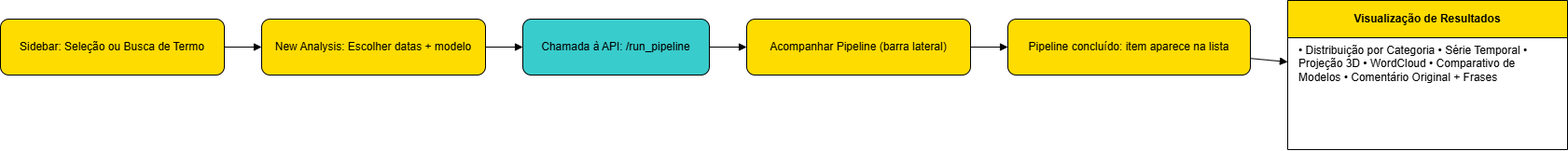
This is documents/diagrama_frontend.png from victorhtsdev/tech3_fiap_ml_social_pipeline, a draw.io export, as it was before one commit. Source tidied: cells renumbered, new cells last; positions are measured from the earlier drawing's top-left corner, leaving out a move shared by most shapes. The source it was exported from:
```xml
<mxGraphModel>
  <root>
    <mxCell id="0" />
    <mxCell id="1" parent="0" />
    <mxCell id="2" value="Sidebar: Seleção ou Busca de Termo" style="rounded=1;fillColor=#FFDC00;whiteSpace=wrap;html=1;" parent="1" vertex="1">
      <mxGeometry y="20" width="240" height="60" as="geometry" />
    </mxCell>
    <mxCell id="3" value="New Analysis: Escolher datas + modelo" style="rounded=1;fillColor=#FFDC00;whiteSpace=wrap;html=1;" parent="1" vertex="1">
      <mxGeometry x="280" y="20" width="240" height="60" as="geometry" />
    </mxCell>
    <mxCell id="4" value="Chamada à API: /run_pipeline" style="rounded=1;fillColor=#39CCCC;whiteSpace=wrap;html=1;" parent="1" vertex="1">
      <mxGeometry x="560" y="20" width="200" height="60" as="geometry" />
    </mxCell>
    <mxCell id="5" value="Acompanhar Pipeline (barra lateral)" style="rounded=1;fillColor=#FFDC00;whiteSpace=wrap;html=1;" parent="1" vertex="1">
      <mxGeometry x="800" y="20" width="240" height="60" as="geometry" />
    </mxCell>
    <mxCell id="6" value="Pipeline concluído: item aparece na lista" style="rounded=1;fillColor=#FFDC00;whiteSpace=wrap;html=1;" parent="1" vertex="1">
      <mxGeometry x="1080" y="20" width="260" height="60" as="geometry" />
    </mxCell>
    <mxCell id="7" value="Visualização de Resultados" style="shape=swimlane;fillColor=#FFDC00;fontStyle=1;whiteSpace=wrap;html=1;" parent="1" vertex="1">
      <mxGeometry x="1380" width="300" height="160" as="geometry" />
    </mxCell>
    <mxCell id="8" value="• Distribuição por Categoria • Série Temporal • Projeção 3D • WordCloud • Comparativo de Modelos • Comentário Original + Frases" style="text;html=1;whiteSpace=wrap;" parent="7" vertex="1">
      <mxGeometry x="10" y="40" width="280" height="100" as="geometry" />
    </mxCell>
    <mxCell id="9" style="endArrow=block;html=1;" parent="1" edge="1" source="2" target="3">
      <mxGeometry relative="1" as="geometry" />
    </mxCell>
    <mxCell id="10" style="endArrow=block;html=1;" parent="1" edge="1" source="3" target="4">
      <mxGeometry relative="1" as="geometry" />
    </mxCell>
    <mxCell id="11" style="endArrow=block;html=1;" parent="1" edge="1" source="4" target="5">
      <mxGeometry relative="1" as="geometry" />
    </mxCell>
    <mxCell id="12" style="endArrow=block;html=1;" parent="1" edge="1" source="5" target="6">
      <mxGeometry relative="1" as="geometry" />
    </mxCell>
    <mxCell id="13" style="endArrow=block;html=1;" parent="1" edge="1" source="6" target="7">
      <mxGeometry relative="1" as="geometry" />
    </mxCell>
  </root>
</mxGraphModel>
```
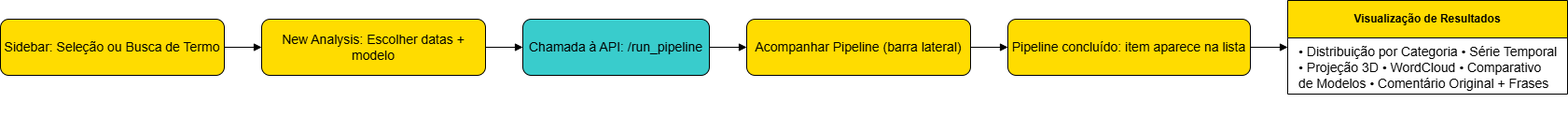
After the change.

Diff of the diagram source:
```diff
@@ -2,25 +2,25 @@
   <root>
     <mxCell id="0" />
     <mxCell id="1" parent="0" />
-    <mxCell id="2" value="Sidebar: Seleção ou Busca de Termo" style="rounded=1;fillColor=#FFDC00;whiteSpace=wrap;html=1;" parent="1" vertex="1">
+    <mxCell id="2" value="Sidebar: Seleção ou Busca de Termo" style="rounded=1;fillColor=#FFDC00;whiteSpace=wrap;html=1;fontSize=14;" parent="1" vertex="1">
       <mxGeometry y="20" width="240" height="60" as="geometry" />
     </mxCell>
-    <mxCell id="3" value="New Analysis: Escolher datas + modelo" style="rounded=1;fillColor=#FFDC00;whiteSpace=wrap;html=1;" parent="1" vertex="1">
+    <mxCell id="3" value="New Analysis: Escolher datas + modelo" style="rounded=1;fillColor=#FFDC00;whiteSpace=wrap;html=1;fontSize=14;" parent="1" vertex="1">
       <mxGeometry x="280" y="20" width="240" height="60" as="geometry" />
     </mxCell>
-    <mxCell id="4" value="Chamada à API: /run_pipeline" style="rounded=1;fillColor=#39CCCC;whiteSpace=wrap;html=1;" parent="1" vertex="1">
+    <mxCell id="4" value="Chamada à API: /run_pipeline" style="rounded=1;fillColor=#39CCCC;whiteSpace=wrap;html=1;fontSize=14;" parent="1" vertex="1">
       <mxGeometry x="560" y="20" width="200" height="60" as="geometry" />
     </mxCell>
-    <mxCell id="5" value="Acompanhar Pipeline (barra lateral)" style="rounded=1;fillColor=#FFDC00;whiteSpace=wrap;html=1;" parent="1" vertex="1">
+    <mxCell id="5" value="Acompanhar Pipeline (barra lateral)" style="rounded=1;fillColor=#FFDC00;whiteSpace=wrap;html=1;fontSize=14;" parent="1" vertex="1">
       <mxGeometry x="800" y="20" width="240" height="60" as="geometry" />
     </mxCell>
-    <mxCell id="6" value="Pipeline concluído: item aparece na lista" style="rounded=1;fillColor=#FFDC00;whiteSpace=wrap;html=1;" parent="1" vertex="1">
+    <mxCell id="6" value="Pipeline concluído: item aparece na lista" style="rounded=1;fillColor=#FFDC00;whiteSpace=wrap;html=1;fontSize=14;" parent="1" vertex="1">
       <mxGeometry x="1080" y="20" width="260" height="60" as="geometry" />
     </mxCell>
     <mxCell id="7" value="Visualização de Resultados" style="shape=swimlane;fillColor=#FFDC00;fontStyle=1;whiteSpace=wrap;html=1;" parent="1" vertex="1">
-      <mxGeometry x="1380" width="300" height="160" as="geometry" />
+      <mxGeometry x="1380" width="300" height="100" as="geometry" />
     </mxCell>
-    <mxCell id="8" value="• Distribuição por Categoria • Série Temporal • Projeção 3D • WordCloud • Comparativo de Modelos • Comentário Original + Frases" style="text;html=1;whiteSpace=wrap;" parent="7" vertex="1">
+    <mxCell id="8" value="• Distribuição por Categoria • Série Temporal • Projeção 3D • WordCloud • Comparativo de Modelos • Comentário Original + Frases" style="text;html=1;whiteSpace=wrap;fontSize=14;" parent="7" vertex="1">
       <mxGeometry x="10" y="40" width="280" height="100" as="geometry" />
     </mxCell>
     <mxCell id="9" style="endArrow=block;html=1;" parent="1" edge="1" source="2" target="3">
```
